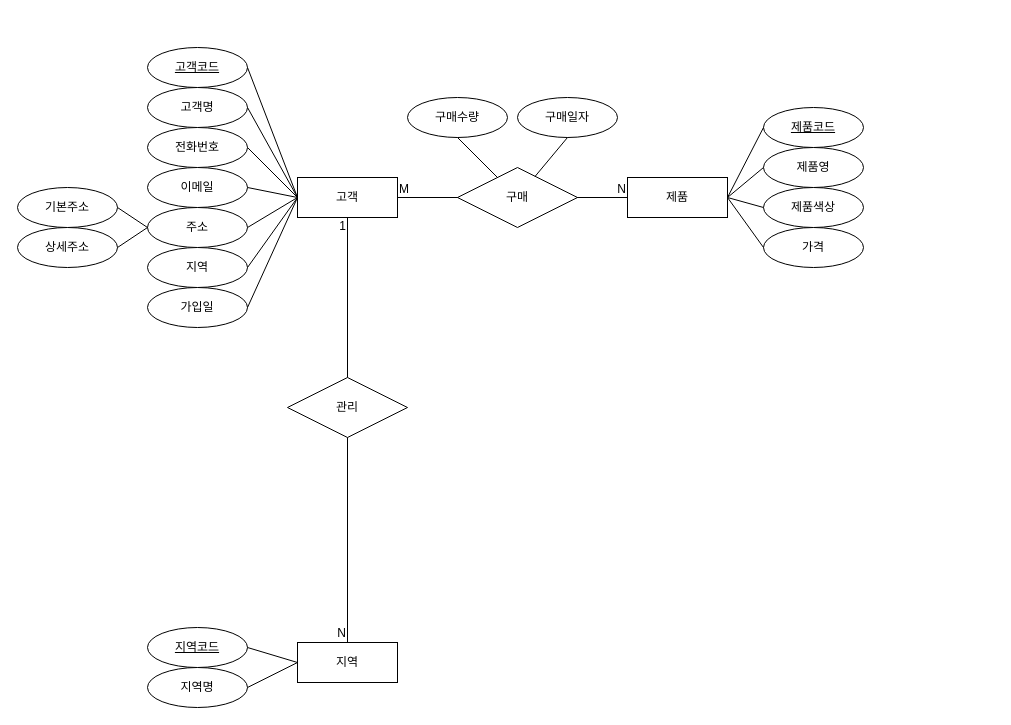
The draw.io diagram page "ERD" (1 of 2) of 온라인상거래.drawio in MANDOJU1/oracle-sources, before the edit. Source tidied: cells renumbered, new cells numbered last; positions are measured from the earlier drawing's top-left corner, leaving out a move shared by most shapes. Both pictures are drawn from the tidied source at 100%, with x=0, y=0 at pixel (17, 47).
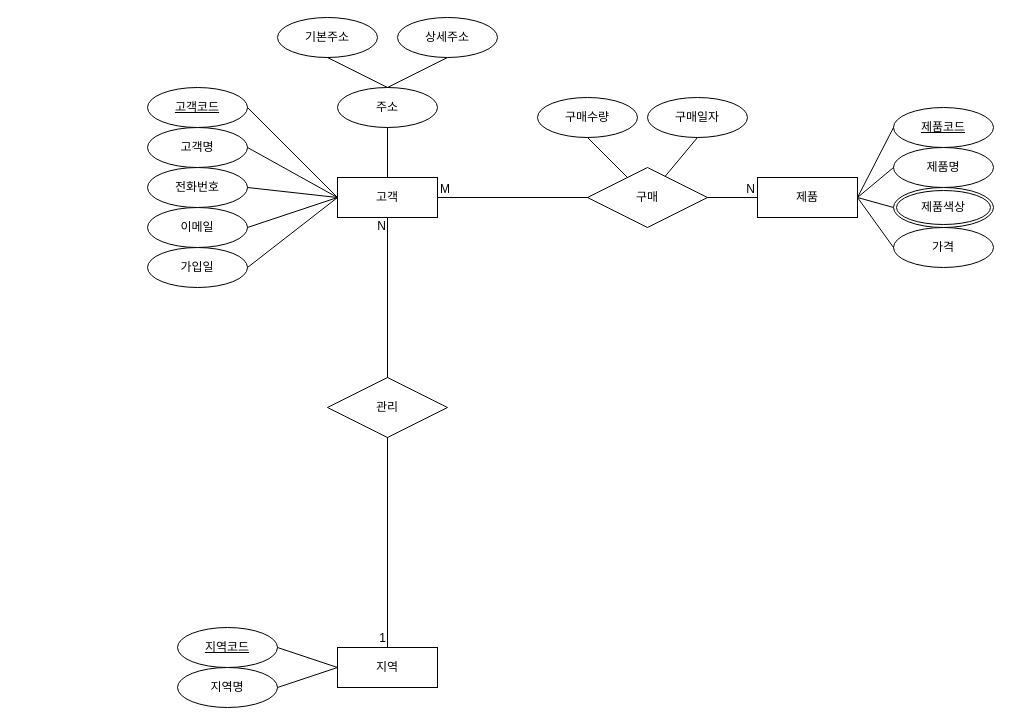
After the change.

Unchanged cells that the change refers to:
```xml
<mxCell id="18" style="endArrow=none;html=1;rounded=0;exitX=1;exitY=0.5;exitDx=0;exitDy=0;entryX=0;entryY=0.5;entryDx=0;entryDy=0;" parent="1" edge="1" source="2" target="12">
  <mxGeometry relative="1" as="geometry" />
</mxCell>
```

The edit, as a diff of the source:
```diff
@@
     <mxCell id="2" value="고객" style="whiteSpace=wrap;html=1;align=center;" parent="1" vertex="1">
-      <mxGeometry x="280" y="130" width="100" height="40" as="geometry" />
+      <mxGeometry x="320" y="130" width="100" height="40" as="geometry" />
     </mxCell>
     <mxCell id="3" value="고객코드" style="ellipse;whiteSpace=wrap;html=1;align=center;fontStyle=4;" parent="1" vertex="1">
-      <mxGeometry x="130" width="100" height="40" as="geometry" />
+      <mxGeometry x="130" y="40" width="100" height="40" as="geometry" />
     </mxCell>
     <mxCell id="4" value="이메일" style="ellipse;whiteSpace=wrap;html=1;align=center;" parent="1" vertex="1">
-      <mxGeometry x="130" y="120" width="100" height="40" as="geometry" />
+      <mxGeometry x="130" y="160" width="100" height="40" as="geometry" />
     </mxCell>
     <mxCell id="5" value="전화번호" style="ellipse;whiteSpace=wrap;html=1;align=center;" parent="1" vertex="1">
-      <mxGeometry x="130" y="80" width="100" height="40" as="geometry" />
+      <mxGeometry x="130" y="120" width="100" height="40" as="geometry" />
     </mxCell>
     <mxCell id="6" value="고객명" style="ellipse;whiteSpace=wrap;html=1;align=center;" parent="1" vertex="1">
-      <mxGeometry x="130" y="40" width="100" height="40" as="geometry" />
+      <mxGeometry x="130" y="80" width="100" height="40" as="geometry" />
     </mxCell>
-    <mxCell id="7" value="지역" style="ellipse;whiteSpace=wrap;html=1;align=center;" parent="1" vertex="1">
-      <mxGeometry x="130" y="200" width="100" height="40" as="geometry" />
-    </mxCell>
     <mxCell id="8" value="주소" style="ellipse;whiteSpace=wrap;html=1;align=center;" parent="1" vertex="1">
-      <mxGeometry x="130" y="160" width="100" height="40" as="geometry" />
+      <mxGeometry x="320" y="40" width="100" height="40" as="geometry" />
     </mxCell>
     <mxCell id="9" value="가입일" style="ellipse;whiteSpace=wrap;html=1;align=center;" parent="1" vertex="1">
-      <mxGeometry x="130" y="240" width="100" height="40" as="geometry" />
+      <mxGeometry x="130" y="200" width="100" height="40" as="geometry" />
     </mxCell>
     <mxCell id="10" value="지역코드" style="ellipse;whiteSpace=wrap;html=1;align=center;fontStyle=4;" parent="1" vertex="1">
-      <mxGeometry x="130" y="580" width="100" height="40" as="geometry" />
+      <mxGeometry x="160" y="580" width="100" height="40" as="geometry" />
     </mxCell>
     <mxCell id="11" value="지역명" style="ellipse;whiteSpace=wrap;html=1;align=center;" parent="1" vertex="1">
-      <mxGeometry x="130" y="620" width="100" height="40" as="geometry" />
+      <mxGeometry x="160" y="620" width="100" height="40" as="geometry" />
     </mxCell>
     <mxCell id="12" value="제품" style="whiteSpace=wrap;html=1;align=center;" parent="1" vertex="1">
-      <mxGeometry x="610" y="130" width="100" height="40" as="geometry" />
+      <mxGeometry x="740" y="130" width="100" height="40" as="geometry" />
     </mxCell>
     <mxCell id="13" value="제품코드" style="ellipse;whiteSpace=wrap;html=1;align=center;fontStyle=4;" parent="1" vertex="1">
-      <mxGeometry x="746" y="60" width="100" height="40" as="geometry" />
+      <mxGeometry x="876" y="60" width="100" height="40" as="geometry" />
     </mxCell>
-    <mxCell id="14" value="제품영" style="ellipse;whiteSpace=wrap;html=1;align=center;" parent="1" vertex="1">
-      <mxGeometry x="746" y="100" width="100" height="40" as="geometry" />
+    <mxCell id="14" value="제품명" style="ellipse;whiteSpace=wrap;html=1;align=center;" parent="1" vertex="1">
+      <mxGeometry x="876" y="100" width="100" height="40" as="geometry" />
     </mxCell>
-    <mxCell id="15" value="제품색상" style="ellipse;whiteSpace=wrap;html=1;align=center;" parent="1" vertex="1">
-      <mxGeometry x="746" y="140" width="100" height="40" as="geometry" />
-    </mxCell>
     <mxCell id="16" value="가격" style="ellipse;whiteSpace=wrap;html=1;align=center;" parent="1" vertex="1">
-      <mxGeometry x="746" y="180" width="100" height="40" as="geometry" />
+      <mxGeometry x="876" y="180" width="100" height="40" as="geometry" />
     </mxCell>
     <mxCell id="17" value="지역" style="whiteSpace=wrap;html=1;align=center;" parent="1" vertex="1">
-      <mxGeometry x="280" y="595" width="100" height="40" as="geometry" />
+      <mxGeometry x="320" y="600" width="100" height="40" as="geometry" />
     </mxCell>
@@
     <mxCell id="19" value="M" style="html=1;whiteSpace=wrap;align=left;verticalAlign=bottom;" parent="18" vertex="1">
-      <mxGeometry x="-1" relative="1" as="geometry" />
+      <mxGeometry x="-1" relative="1" as="geometry">
+        <mxPoint x="1" as="offset" />
+      </mxGeometry>
     </mxCell>
     <mxCell id="20" value="N" style="html=1;whiteSpace=wrap;align=right;verticalAlign=bottom;" parent="18" vertex="1">
-      <mxGeometry x="1" relative="1" as="geometry" />
+      <mxGeometry x="1" relative="1" as="geometry">
+        <mxPoint x="-1" as="offset" />
+      </mxGeometry>
     </mxCell>
     <mxCell id="21" value="구매" style="shape=rhombus;perimeter=rhombusPerimeter;whiteSpace=wrap;html=1;align=center;" parent="1" vertex="1">
-      <mxGeometry x="440" y="120" width="120" height="60" as="geometry" />
+      <mxGeometry x="570" y="120" width="120" height="60" as="geometry" />
     </mxCell>
@@
-    <mxCell id="26" style="endArrow=none;html=1;rounded=0;entryX=1;entryY=0.5;entryDx=0;entryDy=0;exitX=0;exitY=0.5;exitDx=0;exitDy=0;" parent="1" edge="1" source="2" target="8">
-      <mxGeometry relative="1" as="geometry" />
-    </mxCell>
-    <mxCell id="27" style="endArrow=none;html=1;rounded=0;entryX=1;entryY=0.5;entryDx=0;entryDy=0;exitX=0;exitY=0.5;exitDx=0;exitDy=0;" parent="1" edge="1" source="2" target="7">
-      <mxGeometry relative="1" as="geometry" />
-    </mxCell>
-    <mxCell id="28" style="endArrow=none;html=1;rounded=0;entryX=1;entryY=0.5;entryDx=0;entryDy=0;" parent="1" edge="1" target="9">
-      <mxGeometry relative="1" as="geometry">
-        <mxPoint x="280" y="150" as="sourcePoint" />
-      </mxGeometry>
+    <mxCell id="28" style="endArrow=none;html=1;rounded=0;entryX=1;entryY=0.5;entryDx=0;entryDy=0;exitX=0;exitY=0.5;exitDx=0;exitDy=0;" parent="1" edge="1" source="2" target="9">
+      <mxGeometry relative="1" as="geometry" />
     </mxCell>
@@
     <mxCell id="35" value="관리" style="shape=rhombus;perimeter=rhombusPerimeter;whiteSpace=wrap;html=1;align=center;" parent="1" vertex="1">
-      <mxGeometry x="270" y="330" width="120" height="60" as="geometry" />
+      <mxGeometry x="310" y="330" width="120" height="60" as="geometry" />
     </mxCell>
-    <mxCell id="36" style="endArrow=none;html=1;rounded=0;entryX=0.5;entryY=1;entryDx=0;entryDy=0;exitX=0.5;exitY=0;exitDx=0;exitDy=0;" parent="1" edge="1" source="35" target="2">
-      <mxGeometry relative="1" as="geometry" />
-    </mxCell>
-    <mxCell id="37" value="1" style="html=1;whiteSpace=wrap;align=right;verticalAlign=bottom;" parent="36" vertex="1">
-      <mxGeometry x="1" relative="1" as="geometry">
-        <mxPoint y="17" as="offset" />
-      </mxGeometry>
-    </mxCell>
-    <mxCell id="38" style="endArrow=none;html=1;rounded=0;entryX=0.5;entryY=0;entryDx=0;entryDy=0;exitX=0.5;exitY=1;exitDx=0;exitDy=0;" parent="1" edge="1" source="35" target="17">
-      <mxGeometry relative="1" as="geometry" />
-    </mxCell>
-    <mxCell id="39" value="N" style="html=1;whiteSpace=wrap;align=right;verticalAlign=bottom;" parent="38" vertex="1">
-      <mxGeometry x="1" relative="1" as="geometry">
-        <mxPoint y="-1" as="offset" />
-      </mxGeometry>
-    </mxCell>
     <mxCell id="40" value="기본주소" style="ellipse;whiteSpace=wrap;html=1;align=center;" parent="1" vertex="1">
-      <mxGeometry y="140" width="100" height="40" as="geometry" />
+      <mxGeometry x="260" y="-30" width="100" height="40" as="geometry" />
     </mxCell>
     <mxCell id="41" value="상세주소" style="ellipse;whiteSpace=wrap;html=1;align=center;" parent="1" vertex="1">
-      <mxGeometry y="180" width="100" height="40" as="geometry" />
+      <mxGeometry x="380" y="-30" width="100" height="40" as="geometry" />
     </mxCell>
-    <mxCell id="42" style="endArrow=none;html=1;rounded=0;exitX=1;exitY=0.5;exitDx=0;exitDy=0;entryX=0;entryY=0.5;entryDx=0;entryDy=0;" parent="1" edge="1" source="40" target="8">
+    <mxCell id="42" style="endArrow=none;html=1;rounded=0;exitX=0.5;exitY=1;exitDx=0;exitDy=0;entryX=0.5;entryY=0;entryDx=0;entryDy=0;" parent="1" edge="1" source="40" target="8">
       <mxGeometry relative="1" as="geometry" />
     </mxCell>
-    <mxCell id="43" style="endArrow=none;html=1;rounded=0;exitX=1;exitY=0.5;exitDx=0;exitDy=0;entryX=0;entryY=0.5;entryDx=0;entryDy=0;" parent="1" edge="1" source="41" target="8">
+    <mxCell id="43" style="endArrow=none;html=1;rounded=0;entryX=0.5;entryY=0;entryDx=0;entryDy=0;exitX=0.5;exitY=1;exitDx=0;exitDy=0;" parent="1" edge="1" source="41" target="8">
       <mxGeometry relative="1" as="geometry" />
     </mxCell>
     <mxCell id="44" value="구매수량" style="ellipse;whiteSpace=wrap;html=1;align=center;" parent="1" vertex="1">
-      <mxGeometry x="390" y="50" width="100" height="40" as="geometry" />
+      <mxGeometry x="520" y="50" width="100" height="40" as="geometry" />
     </mxCell>
     <mxCell id="45" value="구매일자" style="ellipse;whiteSpace=wrap;html=1;align=center;" parent="1" vertex="1">
-      <mxGeometry x="500" y="50" width="100" height="40" as="geometry" />
+      <mxGeometry x="630" y="50" width="100" height="40" as="geometry" />
     </mxCell>
-    <mxCell id="46" style="endArrow=none;html=1;rounded=0;exitX=0.5;exitY=1;exitDx=0;exitDy=0;" parent="1" edge="1" source="44" target="21">
-      <mxGeometry relative="1" as="geometry" />
+    <mxCell id="46" style="endArrow=none;html=1;rounded=0;exitX=0.5;exitY=1;exitDx=0;exitDy=0;" parent="1" edge="1" target="21">
+      <mxGeometry relative="1" as="geometry">
+        <mxPoint x="570" y="90" as="sourcePoint" />
+      </mxGeometry>
     </mxCell>
@@
+    <mxCell id="15" value="제품색상" style="ellipse;shape=doubleEllipse;margin=3;whiteSpace=wrap;html=1;align=center;" parent="1" vertex="1">
+      <mxGeometry x="876" y="140" width="100" height="40" as="geometry" />
+    </mxCell>
+    <mxCell id="38" style="endArrow=none;html=1;rounded=0;entryX=0.5;entryY=0;entryDx=0;entryDy=0;exitX=0.5;exitY=1;exitDx=0;exitDy=0;" parent="1" edge="1" source="35" target="17">
+      <mxGeometry relative="1" as="geometry" />
+    </mxCell>
+    <mxCell id="37" value="1" style="html=1;whiteSpace=wrap;align=right;verticalAlign=bottom;" parent="38" vertex="1">
+      <mxGeometry x="1" relative="1" as="geometry">
+        <mxPoint y="-1" as="offset" />
+      </mxGeometry>
+    </mxCell>
+    <mxCell id="36" style="endArrow=none;html=1;rounded=0;entryX=0.5;entryY=1;entryDx=0;entryDy=0;exitX=0.5;exitY=0;exitDx=0;exitDy=0;" parent="1" edge="1" source="35" target="2">
+      <mxGeometry relative="1" as="geometry" />
+    </mxCell>
+    <mxCell id="39" value="N" style="html=1;whiteSpace=wrap;align=right;verticalAlign=bottom;" parent="36" vertex="1">
+      <mxGeometry x="1" relative="1" as="geometry">
+        <mxPoint y="17" as="offset" />
+      </mxGeometry>
+    </mxCell>
+    <mxCell id="26" style="endArrow=none;html=1;rounded=0;entryX=0.5;entryY=1;entryDx=0;entryDy=0;" parent="1" edge="1" source="2" target="8">
+      <mxGeometry relative="1" as="geometry" />
+    </mxCell>
```
